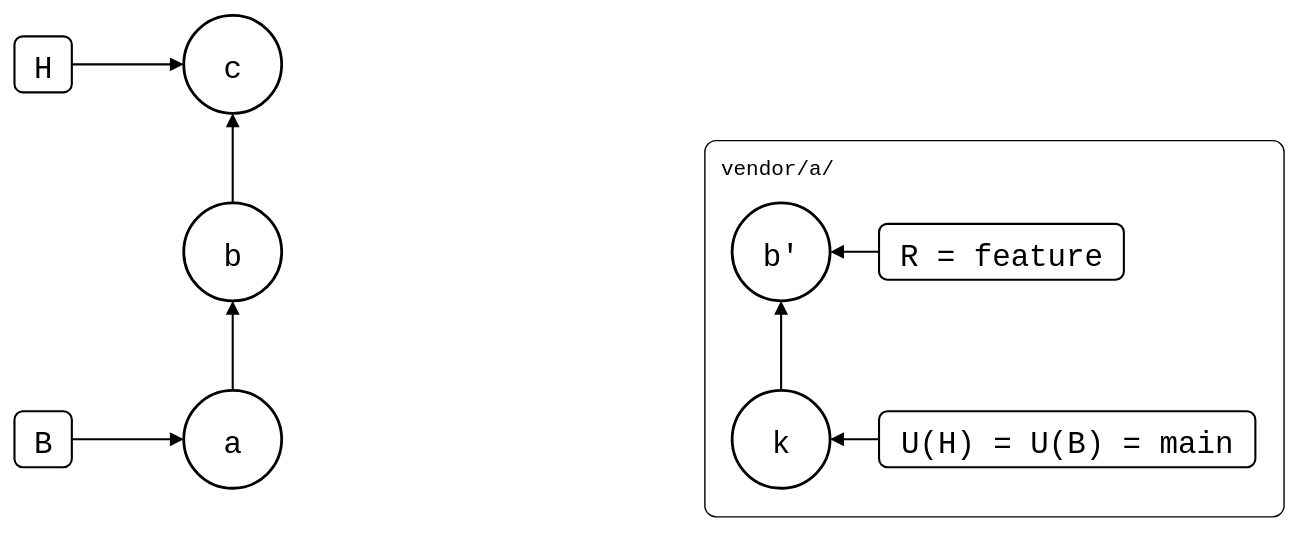
Above: git-splice/test/scenarios/03-branches-and-teamwork/01-feature-branch-unchanged/01-feature-branch-changed/01-stacked-branch/stacked-branch.drawio.svg in roschaefer/episodes (draw.io), before the change. Source tidied: cells renumbered, new cells last; positions are measured from the earlier drawing's top-left corner, leaving out a move shared by most shapes.
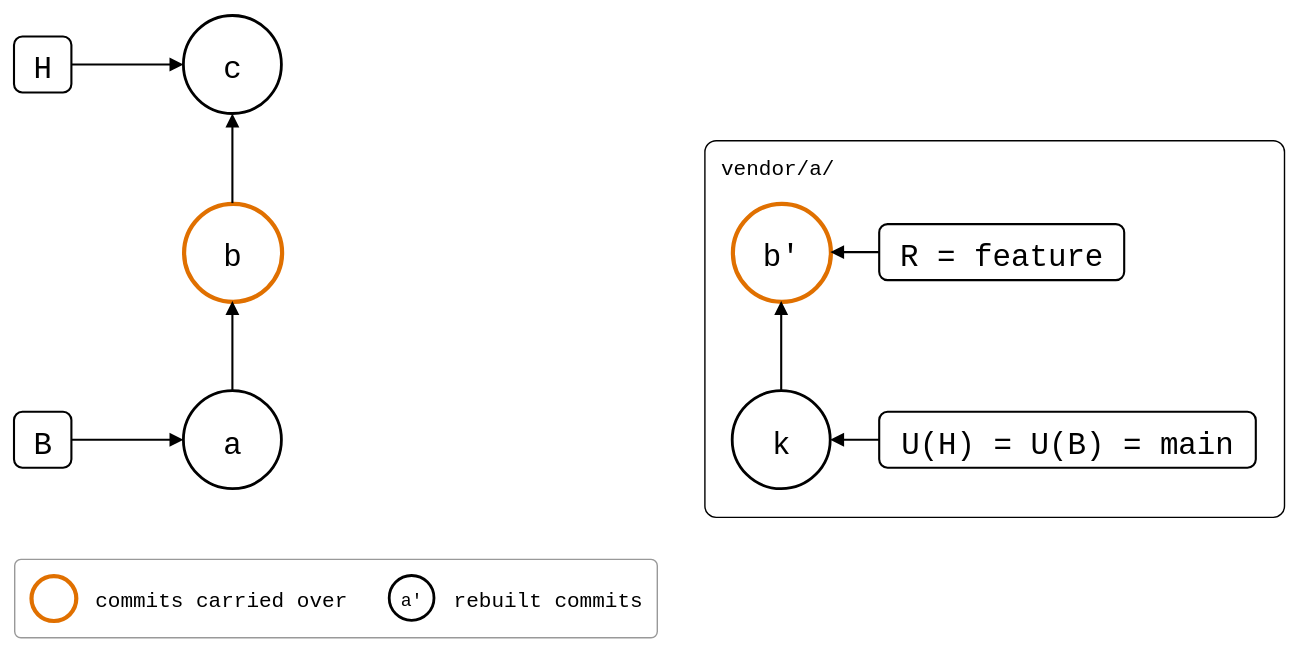
After the change.

The edit, as a diff of the source:
```diff
@@ -8,16 +8,16 @@
     <mxCell id="3" value="a" style="ellipse;strokeWidth=2;fontSize=22;fontFamily=Roboto Mono,monospace;" parent="1" vertex="1">
       <mxGeometry x="121" y="268" width="70" height="70" as="geometry" />
     </mxCell>
-    <mxCell id="4" value="b" style="ellipse;strokeWidth=2;fontSize=22;fontFamily=Roboto Mono,monospace;" parent="1" vertex="1">
+    <mxCell id="4" value="b" style="ellipse;fontSize=22;fontFamily=Roboto Mono,monospace;strokeColor=#E07000;strokeWidth=3;" parent="1" vertex="1">
       <mxGeometry x="121" y="134" width="70" height="70" as="geometry" />
     </mxCell>
-    <mxCell id="5" value="c" style="ellipse;strokeWidth=2;fontSize=22;fontFamily=Roboto Mono,monospace;" parent="1" vertex="1">
+    <mxCell id="5" value="c" style="ellipse;fontSize=22;fontFamily=Roboto Mono,monospace;strokeWidth=2;" parent="1" vertex="1">
       <mxGeometry x="121" width="70" height="70" as="geometry" />
     </mxCell>
     <mxCell id="6" value="k" style="ellipse;strokeWidth=2;fontSize=22;fontFamily=Roboto Mono,monospace;" parent="1" vertex="1">
       <mxGeometry x="513" y="268" width="70" height="70" as="geometry" />
     </mxCell>
-    <mxCell id="7" value="b'" style="ellipse;strokeWidth=2;fontSize=22;fontFamily=Roboto Mono,monospace;" parent="1" vertex="1">
+    <mxCell id="7" value="b'" style="ellipse;fontSize=22;fontFamily=Roboto Mono,monospace;strokeColor=#E07000;strokeWidth=3;" parent="1" vertex="1">
       <mxGeometry x="513" y="134" width="70" height="70" as="geometry" />
     </mxCell>
     <mxCell id="8" value="H" style="rounded=1;strokeWidth=1.5;fontSize=22;fontFamily=Roboto Mono,monospace;" parent="1" vertex="1">
@@ -53,5 +53,20 @@
     <mxCell id="18" style="endArrow=block;endFill=1;html=1;strokeWidth=1.5;rounded=0;" parent="1" edge="1" source="6" target="7">
       <mxGeometry relative="1" as="geometry" />
     </mxCell>
+    <mxCell id="19" style="rounded=1;arcSize=8;fillColor=none;strokeColor=#999999;strokeWidth=1;legend=1;" parent="1" vertex="1">
+      <mxGeometry y="388" width="459" height="56" as="geometry" />
+    </mxCell>
+    <mxCell id="20" style="ellipse;fontSize=13;fontFamily=Roboto Mono,monospace;strokeColor=#E07000;strokeWidth=3;" parent="19" vertex="1">
+      <mxGeometry x="12" y="12" width="32" height="32" as="geometry" />
+    </mxCell>
+    <mxCell id="21" value="commits carried over" style="text;align=left;verticalAlign=middle;fontSize=15;fontFamily=Roboto Mono,monospace;" parent="19" vertex="1">
+      <mxGeometry x="56" y="12" width="180" height="32" as="geometry" />
+    </mxCell>
+    <mxCell id="22" value="a'" style="ellipse;fontSize=13;fontFamily=Roboto Mono,monospace;strokeWidth=2;" parent="19" vertex="1">
+      <mxGeometry x="268" y="12" width="32" height="32" as="geometry" />
+    </mxCell>
+    <mxCell id="23" value="rebuilt commits" style="text;align=left;verticalAlign=middle;fontSize=15;fontFamily=Roboto Mono,monospace;" parent="19" vertex="1">
+      <mxGeometry x="312" y="12" width="135" height="32" as="geometry" />
+    </mxCell>
   </root>
 </mxGraphModel>
```
